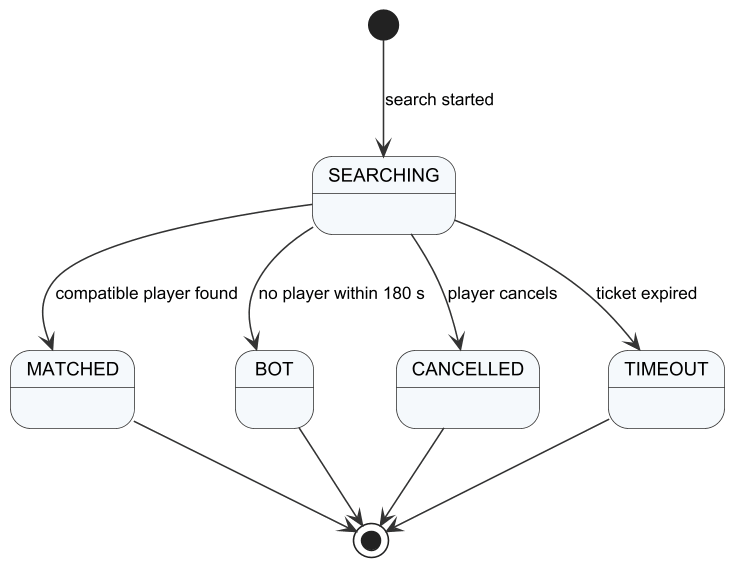
This is Doc/Project_report/Report/diagrams/png/r4_sm_search.png from Tad-Min/PickleVerse, a PlantUML export, as it was before one commit.
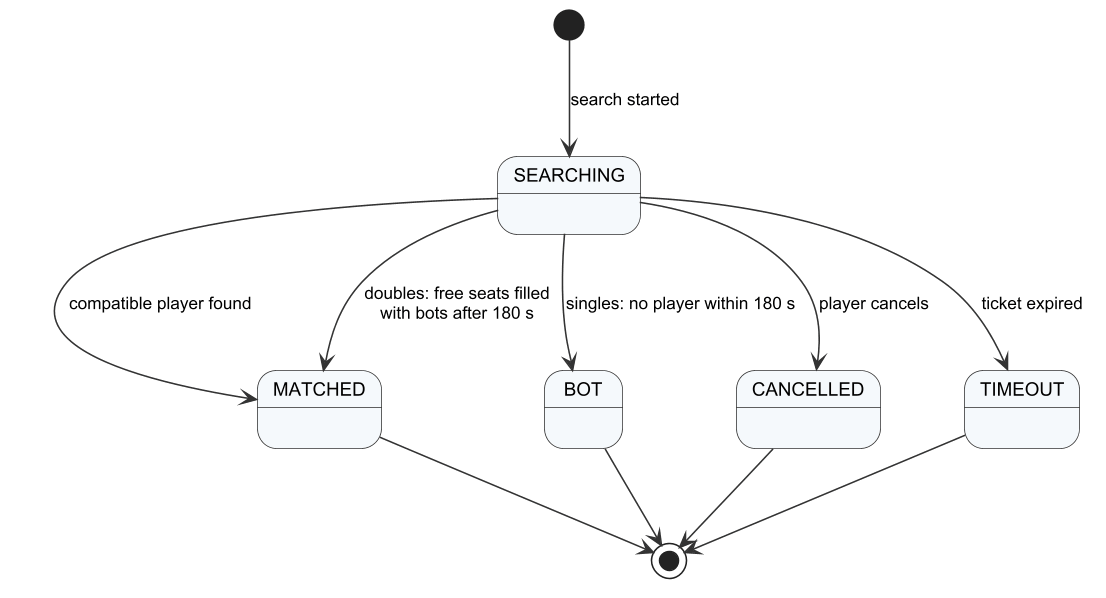
Above is the later version.

What changed in the source:
```diff
@@ -2,7 +2,8 @@
 !include _style.iuml
 [*] --> SEARCHING : search started
 SEARCHING --> MATCHED : compatible player found
-SEARCHING --> BOT : no player within 180 s
+SEARCHING --> BOT : singles: no player within 180 s
+SEARCHING --> MATCHED : doubles: free seats filled\nwith bots after 180 s
 SEARCHING --> CANCELLED : player cancels
 SEARCHING --> TIMEOUT : ticket expired
 MATCHED --> [*]
```
